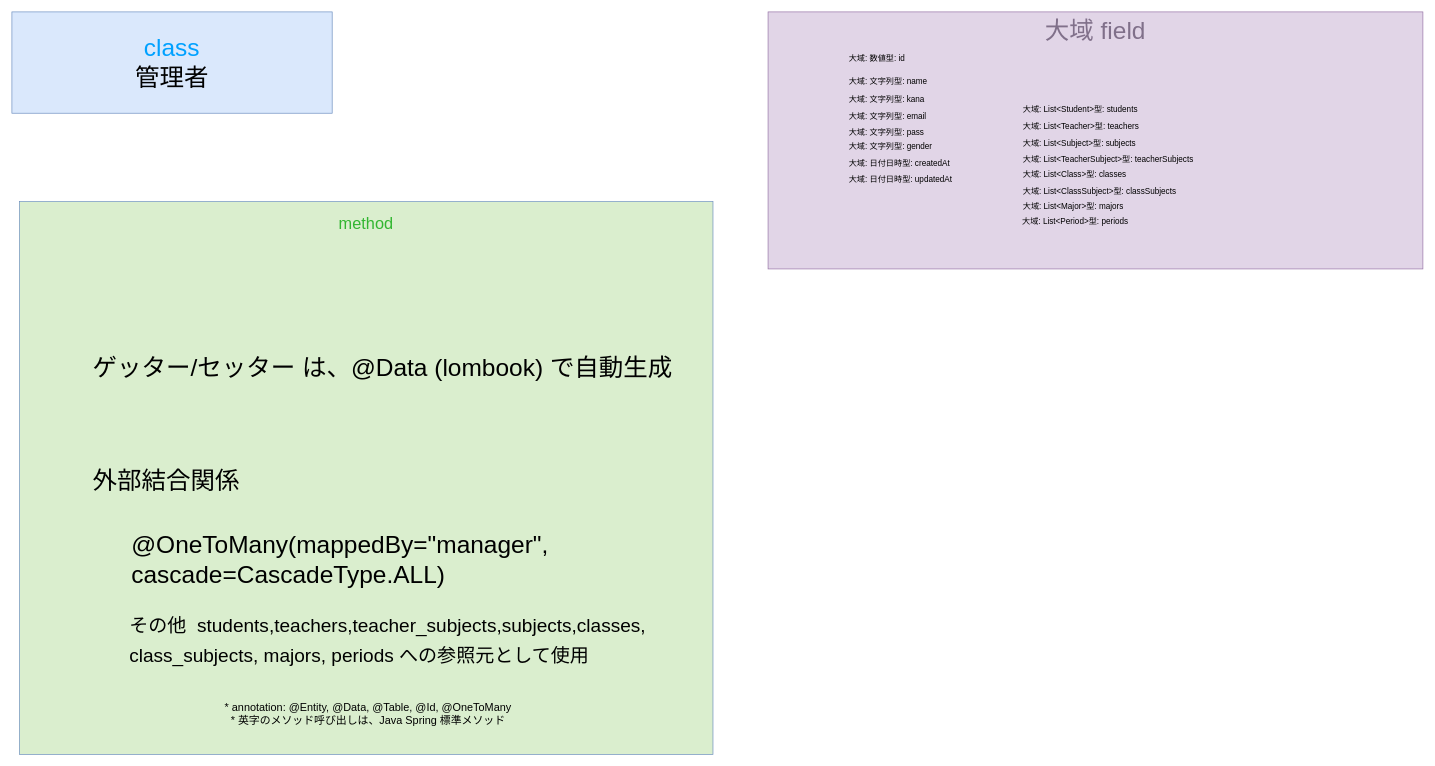
This is gijigengo/model/entity/seiseki_manage_sys model_entity Manager クラス 疑似言語.drawio from tro319/seiseki_manage_sys, a draw.io file, before an edit. Source tidied: cells renumbered, new cells numbered last; positions are measured from the earlier drawing's top-left corner, leaving out a move shared by most shapes. Both pictures are drawn from the tidied source at 68%, with x=0, y=0 at pixel (12, 12).
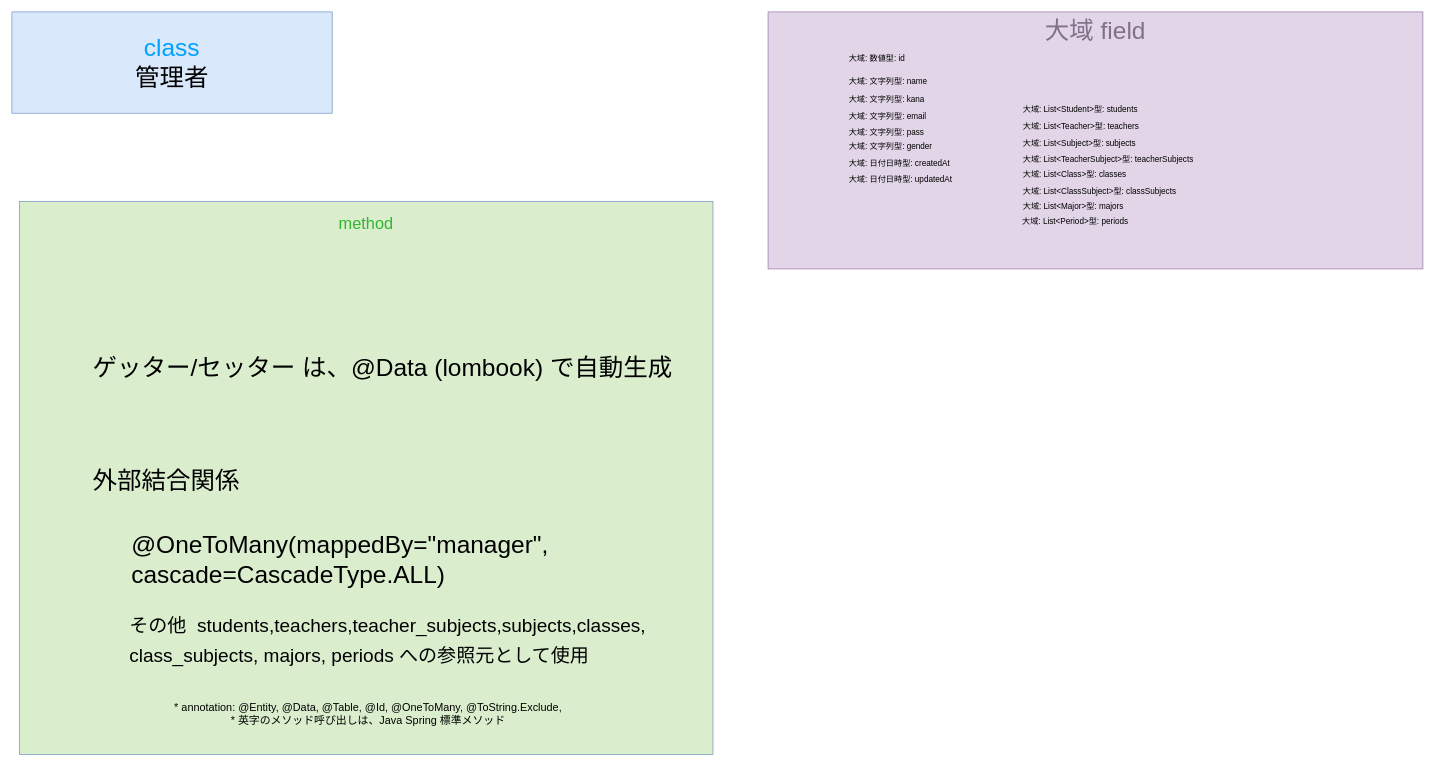
The same page after the edit.

What changed in the source:
```diff
@@
-    <mxCell id="5" value="&lt;div&gt;&lt;br&gt;&lt;/div&gt;&lt;div&gt;&lt;span&gt;&lt;span&gt;&lt;span style=&quot;color: rgb(0, 0, 0);&quot;&gt;&lt;font style=&quot;font-size: 16px;&quot;&gt;* annotation: @Entity,&amp;nbsp;&lt;/font&gt;&lt;/span&gt;&lt;span style=&quot;color: rgb(0, 0, 0);&quot;&gt;&lt;font style=&quot;font-size: 16px;&quot;&gt;@Data, @Table, @Id, @OneToMany&lt;/font&gt;&lt;/span&gt;&lt;/span&gt;&lt;/span&gt;&lt;/div&gt;&lt;div&gt;&lt;span&gt;&lt;span&gt;&lt;span style=&quot;color: rgb(0, 0, 0);&quot;&gt;&lt;font style=&quot;font-size: 16px;&quot;&gt;* 英字のメソッド呼び出しは、Java Spring 標準メソッド&lt;/font&gt;&lt;/span&gt;&lt;/span&gt;&lt;/span&gt;&lt;/div&gt;" style="text;html=1;whiteSpace=wrap;strokeColor=none;fillColor=none;align=center;verticalAlign=middle;rounded=0;" parent="1" vertex="1">
+    <mxCell id="5" value="&lt;div&gt;&lt;br&gt;&lt;/div&gt;&lt;div&gt;&lt;span&gt;&lt;span&gt;&lt;span style=&quot;color: rgb(0, 0, 0);&quot;&gt;&lt;font style=&quot;font-size: 16px;&quot;&gt;* annotation: @Entity,&amp;nbsp;&lt;/font&gt;&lt;/span&gt;&lt;span style=&quot;color: rgb(0, 0, 0);&quot;&gt;&lt;font style=&quot;font-size: 16px;&quot;&gt;@Data, @Table, @Id, @OneToMany&lt;/font&gt;&lt;/span&gt;&lt;/span&gt;&lt;/span&gt;&lt;span&gt;&lt;span&gt;&lt;span style=&quot;color: rgb(0, 0, 0);&quot;&gt;&lt;font style=&quot;font-size: 16px;&quot;&gt;, @ToString.Exclude,&lt;/font&gt;&lt;/span&gt;&lt;/span&gt;&lt;/span&gt;&lt;/div&gt;&lt;div&gt;&lt;span&gt;&lt;span&gt;&lt;span style=&quot;color: rgb(0, 0, 0);&quot;&gt;&lt;font style=&quot;font-size: 16px;&quot;&gt;* 英字のメソッド呼び出しは、Java Spring 標準メソッド&lt;/font&gt;&lt;/span&gt;&lt;/span&gt;&lt;/span&gt;&lt;/div&gt;" style="text;html=1;whiteSpace=wrap;strokeColor=none;fillColor=none;align=center;verticalAlign=middle;rounded=0;" parent="1" vertex="1">
       <mxGeometry x="164" y="1010" width="720" height="30" as="geometry" />
     </mxCell>
```
